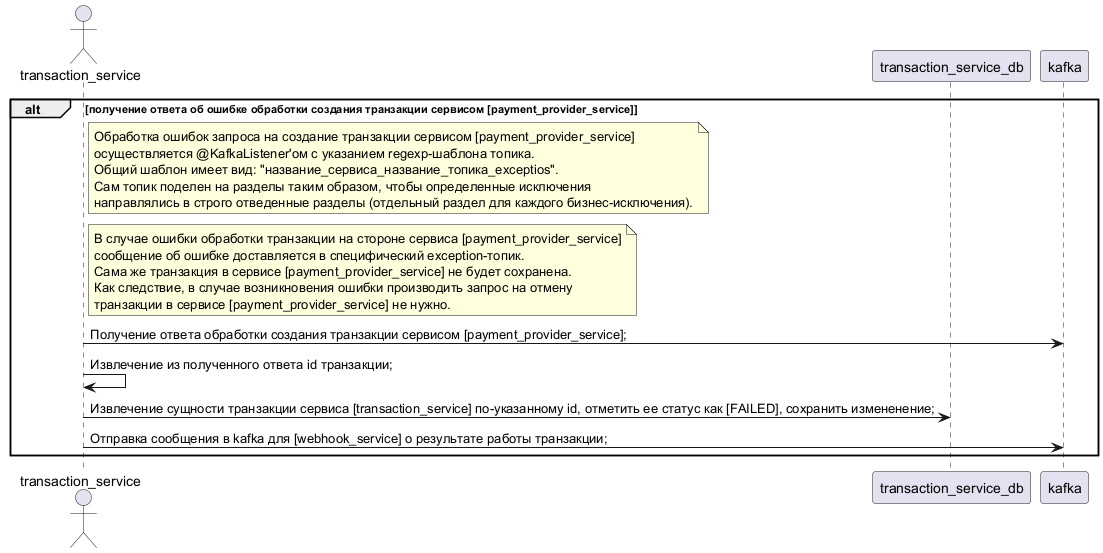
Above: diagrams/transaction-service-interaction/create-transaction/step_3_handle_fail_response_create_transaction_on_payment_provider_service_uml.png in U-235-92/payment-system (PlantUML), before the change.
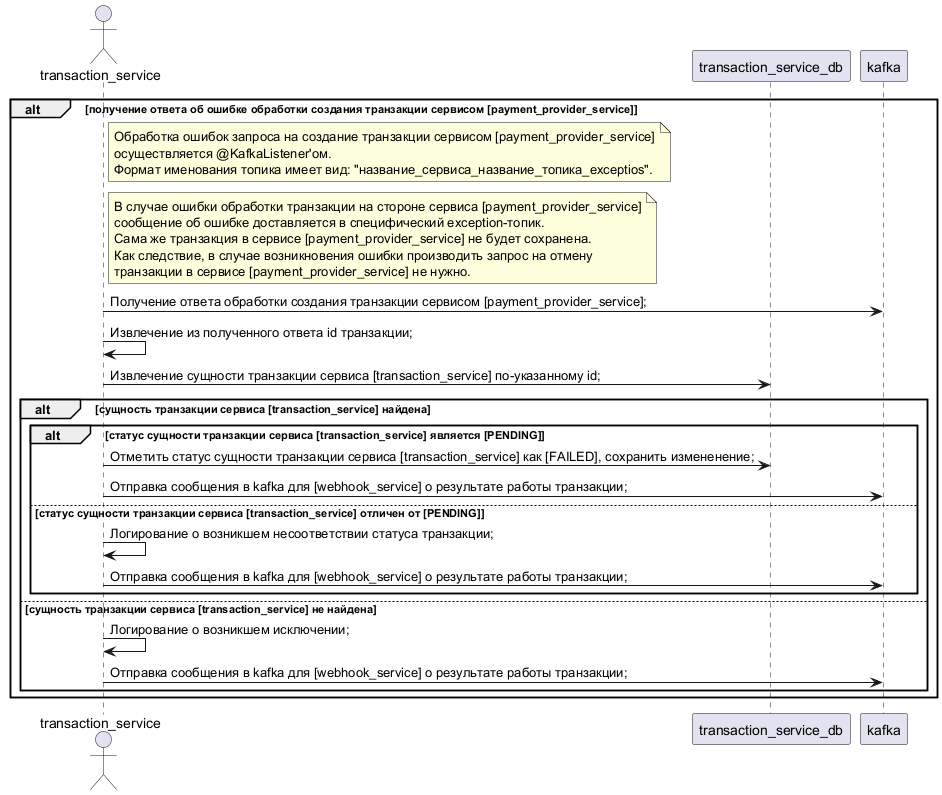
The same file after the commit.

Commit message:
Module #5. V11_09_2026. Update [diagrams]. Update diagrams. Update step 3 of [create-transaction] flow.

The edit, as a diff of the source:
```diff
@@ -7,10 +7,8 @@
 alt получение ответа об ошибке обработки создания транзакции сервисом [payment_provider_service]
 	note right transaction_service
 		Обработка ошибок запроса на создание транзакции сервисом [payment_provider_service]
-		осуществляется @KafkaListener'ом с указанием regexp-шаблона топика.
-		Общий шаблон имеет вид: "название_сервиса_название_топика_exceptios".
-		Сам топик поделен на разделы таким образом, чтобы определенные исключения
-		направлялись в строго отведенные разделы (отдельный раздел для каждого бизнес-исключения).
+		осуществляется @KafkaListener'ом.
+		Формат именования топика имеет вид: "название_сервиса_название_топика_exceptios".
 	end note
 	note right transaction_service
 		В случае ошибки обработки транзакции на стороне сервиса [payment_provider_service]
@@ -21,8 +19,19 @@
 	end note
 	transaction_service -> kafka : Получение ответа обработки создания транзакции сервисом [payment_provider_service];
 	transaction_service -> transaction_service : Извлечение из полученного ответа id транзакции;
-	transaction_service -> transaction_service_db : Извлечение сущности транзакции сервиса [transaction_service] по-указанному id, отметить ее статус как [FAILED], сохранить измененение;
-	transaction_service -> kafka : Отправка сообщения в kafka для [webhook_service] о результате работы транзакции;
+	transaction_service -> transaction_service_db : Извлечение сущности транзакции сервиса [transaction_service] по-указанному id;
+	alt сущность транзакции сервиса [transaction_service] найдена
+		alt статус сущности транзакции сервиса [transaction_service] является [PENDING]
+			transaction_service -> transaction_service_db : Отметить статус сущности транзакции сервиса [transaction_service] как [FAILED], сохранить измененение;
+			transaction_service -> kafka : Отправка сообщения в kafka для [webhook_service] о результате работы транзакции;
+		else статус сущности транзакции сервиса [transaction_service] отличен от [PENDING]
+			transaction_service -> transaction_service : Логирование о возникшем несоответствии статуса транзакции;
+			transaction_service -> kafka : Отправка сообщения в kafka для [webhook_service] о результате работы транзакции;
+		end
+	else сущность транзакции сервиса [transaction_service] не найдена
+		transaction_service -> transaction_service : Логирование о возникшем исключении;
+		transaction_service -> kafka : Отправка сообщения в kafka для [webhook_service] о результате работы транзакции;
+	end
 end
 
 @enduml
```
